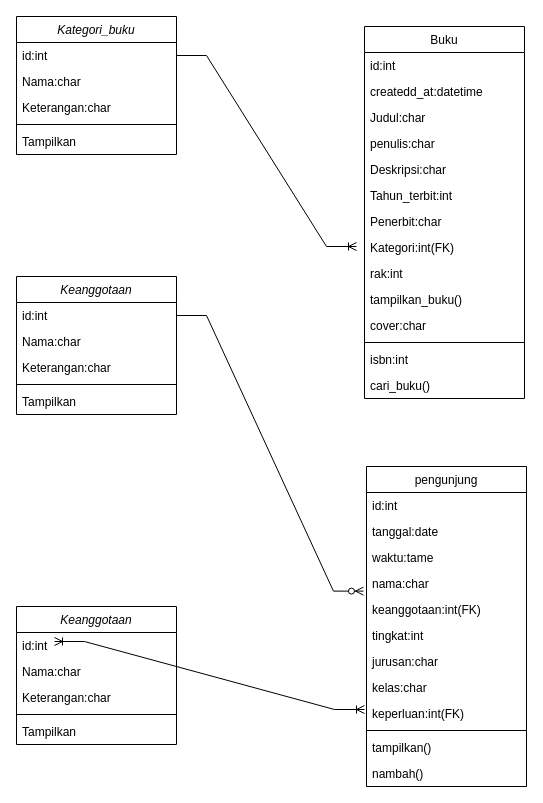
Above: class-diagram-perpus-digital.drawio in elisamardiyani0/perpus_digital-TEPA (draw.io), before the change. Source tidied: cells renumbered, new cells numbered last; positions are measured from the earlier drawing's top-left corner, leaving out a move shared by most shapes. Both pictures are drawn from the tidied source at 100%, with x=0, y=0 at pixel (16, 16).
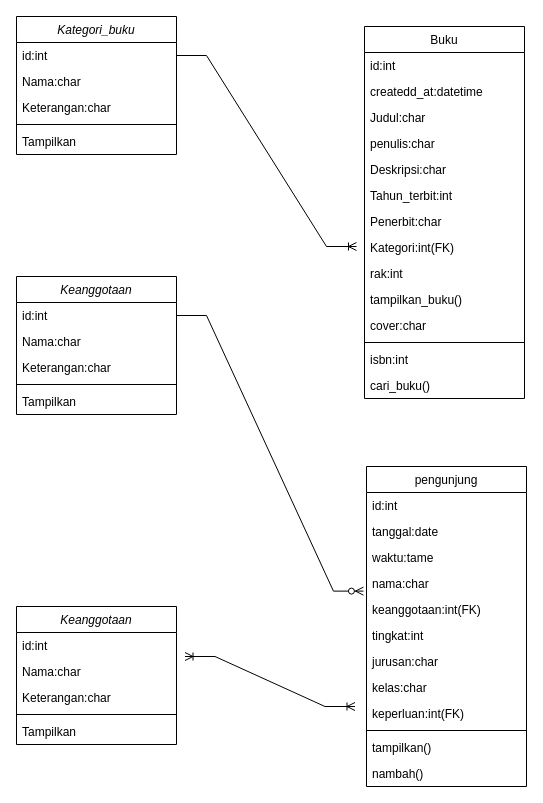
After the change.

What changed in the source:
```diff
@@
-    <mxCell id="50" style="edgeStyle=entityRelationEdgeStyle;fontSize=12;html=1;endArrow=ERoneToMany;startArrow=ERoneToMany;rounded=0;exitX=1;exitY=0.5;exitDx=0;exitDy=0;entryX=0;entryY=0.5;entryDx=0;entryDy=0;" parent="1" edge="1">
+    <mxCell id="50" style="edgeStyle=entityRelationEdgeStyle;fontSize=12;html=1;endArrow=ERoneToMany;startArrow=ERoneToMany;rounded=0;exitX=1;exitY=0.5;exitDx=0;exitDy=0;" parent="1" edge="1">
       <mxGeometry relative="1" as="geometry">
-        <mxPoint x="38" y="625" as="sourcePoint" />
-        <mxPoint x="348" y="693" as="targetPoint" />
+        <mxPoint x="168.5" y="640" as="sourcePoint" />
+        <mxPoint x="338.5" y="690" as="targetPoint" />
         <Array as="points">
-          <mxPoint x="218" y="556" />
-          <mxPoint x="230" y="600" />
-          <mxPoint x="230" y="630" />
-          <mxPoint x="200" y="600" />
-          <mxPoint x="190" y="600" />
-          <mxPoint x="200" y="625" />
-          <mxPoint x="38" y="626" />
+          <mxPoint x="228.5" y="400" />
+          <mxPoint x="210.5" y="655" />
+          <mxPoint x="348.5" y="571" />
+          <mxPoint x="360.5" y="615" />
+          <mxPoint x="360.5" y="645" />
+          <mxPoint x="330.5" y="615" />
+          <mxPoint x="320.5" y="615" />
+          <mxPoint x="330.5" y="640" />
+          <mxPoint x="168.5" y="641" />
         </Array>
       </mxGeometry>
     </mxCell>
```
